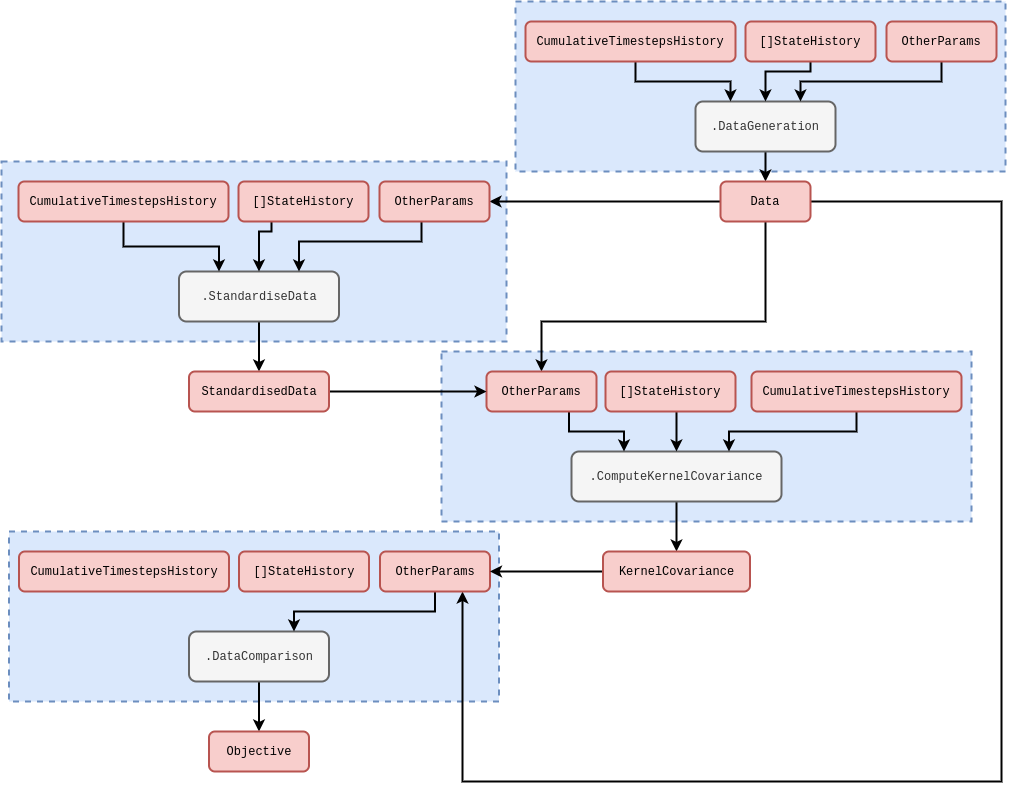
The draw.io diagram assets/stochadexII/stochadexII-gaussian-process-code.drawio.png in umbralcalc/umbralcalc.github.io, before a commit. Source tidied: cells renumbered, new cells last; positions are measured from the earlier drawing's top-left corner, leaving out a move shared by most shapes.
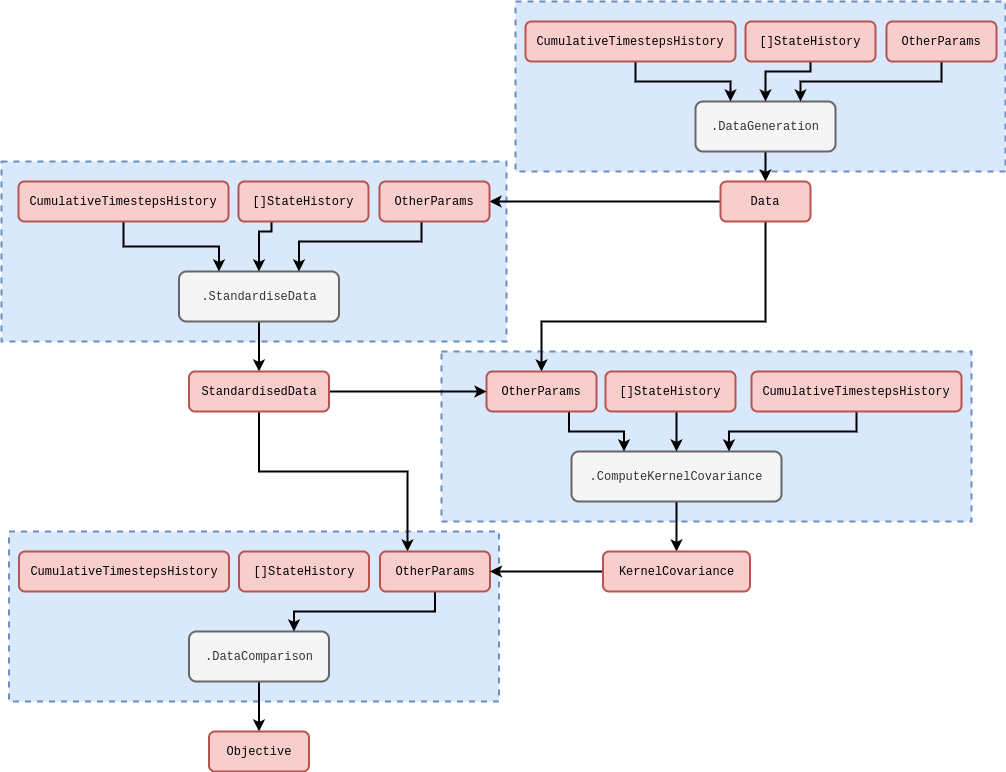
After the change.

The edit, as a diff of the source:
```diff
@@ -39,15 +39,6 @@
         </Array>
       </mxGeometry>
     </mxCell>
-    <mxCell id="12" style="edgeStyle=orthogonalEdgeStyle;rounded=0;jettySize=auto;html=1;entryX=0.75;entryY=1;entryDx=0;entryDy=0;strokeWidth=2;" parent="1" edge="1" source="13" target="41">
-      <mxGeometry relative="1" as="geometry">
-        <Array as="points">
-          <mxPoint x="1000" y="200" />
-          <mxPoint x="1000" y="780" />
-          <mxPoint x="461" y="780" />
-        </Array>
-      </mxGeometry>
-    </mxCell>
     <mxCell id="13" value="&lt;font face=&quot;Courier New&quot;&gt;Data&lt;/font&gt;" style="rounded=1;whiteSpace=wrap;html=1;strokeWidth=2;fillColor=#f8cecc;strokeColor=#b85450;" parent="1" vertex="1">
       <mxGeometry x="719" y="180" width="90" height="40" as="geometry" />
     </mxCell>
@@ -144,6 +135,14 @@
     <mxCell id="34" style="edgeStyle=orthogonalEdgeStyle;rounded=0;jettySize=auto;html=1;entryX=0;entryY=0.5;entryDx=0;entryDy=0;strokeWidth=2;" parent="1" edge="1" source="35" target="28">
       <mxGeometry relative="1" as="geometry" />
     </mxCell>
+    <mxCell id="45" style="edgeStyle=orthogonalEdgeStyle;rounded=0;jettySize=auto;html=1;entryX=0.25;entryY=0;entryDx=0;entryDy=0;strokeWidth=2;" parent="1" edge="1" source="35" target="41">
+      <mxGeometry relative="1" as="geometry">
+        <Array as="points">
+          <mxPoint x="258" y="470" />
+          <mxPoint x="406" y="470" />
+        </Array>
+      </mxGeometry>
+    </mxCell>
     <mxCell id="35" value="&lt;font face=&quot;Courier New&quot;&gt;StandardisedData&lt;/font&gt;" style="rounded=1;whiteSpace=wrap;html=1;strokeWidth=2;fillColor=#f8cecc;strokeColor=#b85450;" parent="1" vertex="1">
       <mxGeometry x="187.5" y="370" width="140" height="40" as="geometry" />
     </mxCell>
```
